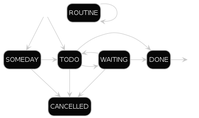
Above: data/gtd_workflow.png in zamlz/dotfiles (PlantUML), before the change. Its diagram source:
```plantuml
@startuml
skinparam backgroundcolor transparent
skinparam monochrome reverse
skinparam shadowing false
hide empty description

[*] -> TODO
[*] --> SOMEDAY
SOMEDAY -> TODO
SOMEDAY -> CANCELLED
TODO -> DONE
TODO -> WAITING
TODO --> CANCELLED
WAITING -> TODO
WAITING -> DONE
WAITING --> CANCELLED
DONE -> [*]
ROUTINE -> ROUTINE
@enduml
```
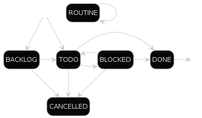
After the change.

What changed in the source:
```diff
@@ -5,15 +5,15 @@
 hide empty description
 
 [*] -> TODO
-[*] --> SOMEDAY
-SOMEDAY -> TODO
-SOMEDAY -> CANCELLED
+[*] --> BACKLOG
+BACKLOG -> TODO
+BACKLOG -> CANCELLED
 TODO -> DONE
-TODO -> WAITING
+TODO -> BLOCKED
 TODO --> CANCELLED
-WAITING -> TODO
-WAITING -> DONE
-WAITING --> CANCELLED
+BLOCKED -> TODO
+BLOCKED -> DONE
+BLOCKED --> CANCELLED
 DONE -> [*]
 ROUTINE -> ROUTINE
 @enduml
```
